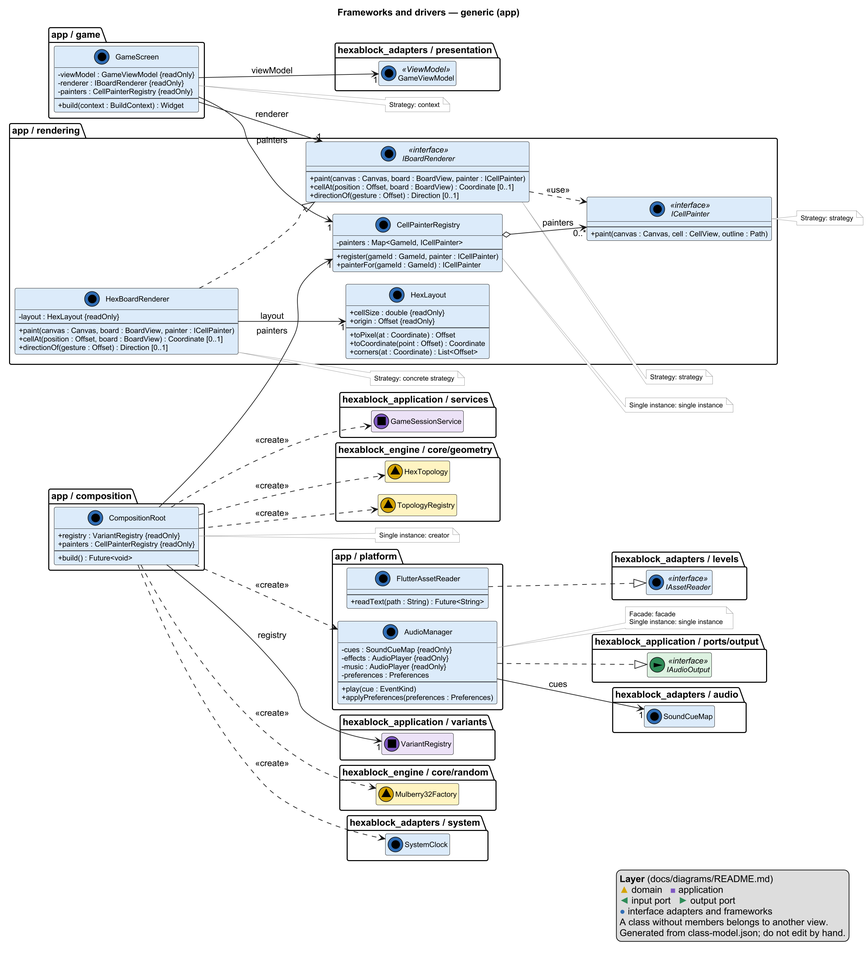
Earlier version of the PlantUML export docs/diagrams/class-diagram-frameworks.png (hexablock-ucab/hexablock-app).
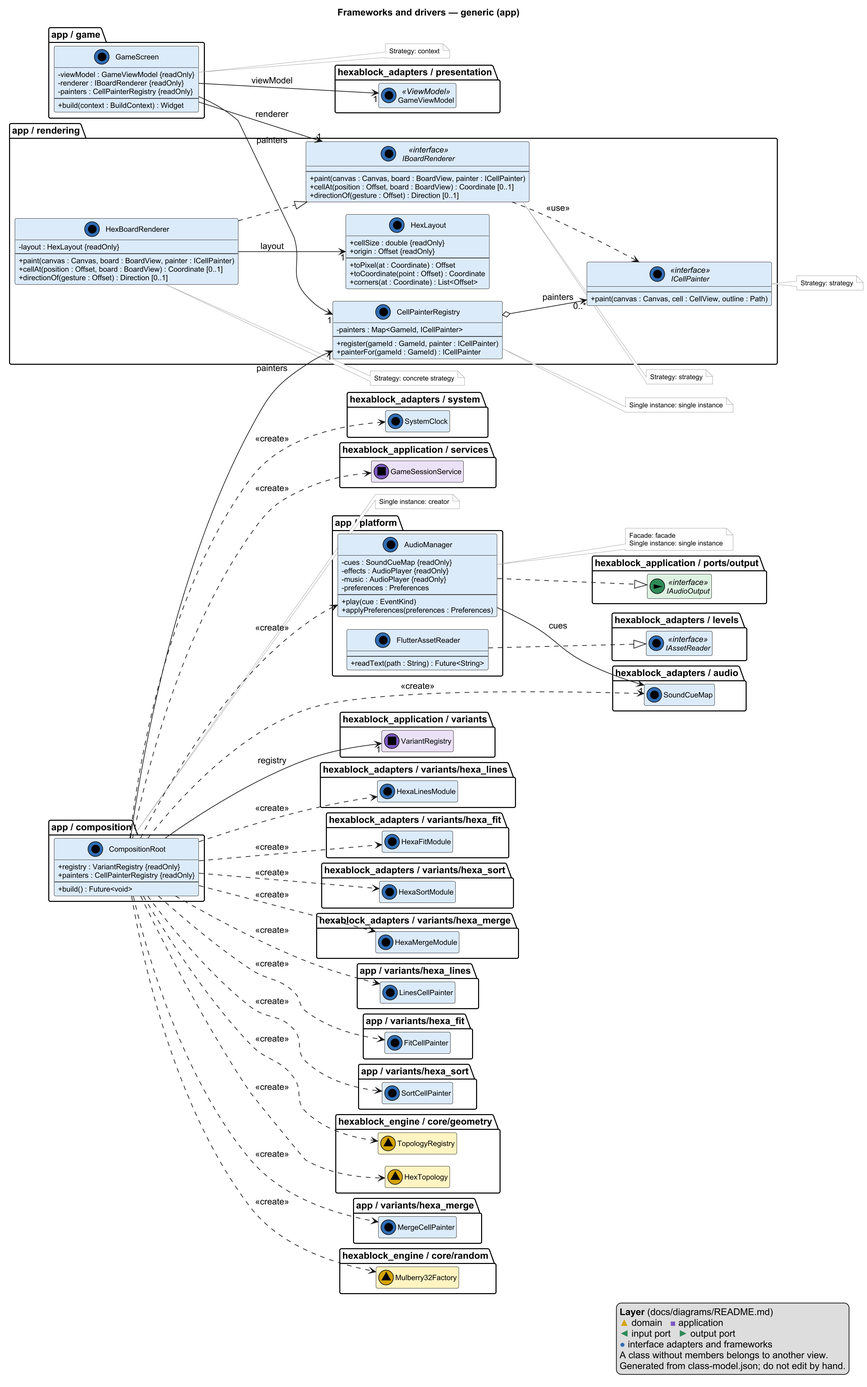
Above is the later version.

What changed in the source:
```diff
@@ -101,6 +101,30 @@
   class HexTopology << (▲,#D4A300) >> #FFF4C2
   class TopologyRegistry << (▲,#D4A300) >> #FFF4C2
 }
+package "hexablock_adapters / variants/hexa_lines" {
+  class HexaLinesModule << (●,#2F6DB5) >> #DCEBFA
+}
+package "hexablock_adapters / variants/hexa_fit" {
+  class HexaFitModule << (●,#2F6DB5) >> #DCEBFA
+}
+package "hexablock_adapters / variants/hexa_sort" {
+  class HexaSortModule << (●,#2F6DB5) >> #DCEBFA
+}
+package "hexablock_adapters / variants/hexa_merge" {
+  class HexaMergeModule << (●,#2F6DB5) >> #DCEBFA
+}
+package "app / variants/hexa_lines" {
+  class LinesCellPainter << (●,#2F6DB5) >> #DCEBFA
+}
+package "app / variants/hexa_fit" {
+  class FitCellPainter << (●,#2F6DB5) >> #DCEBFA
+}
+package "app / variants/hexa_sort" {
+  class SortCellPainter << (●,#2F6DB5) >> #DCEBFA
+}
+package "app / variants/hexa_merge" {
+  class MergeCellPainter << (●,#2F6DB5) >> #DCEBFA
+}
 package "hexablock_engine / core/random" {
   class Mulberry32Factory << (▲,#D4A300) >> #FFF4C2
 }
@@ -118,6 +142,14 @@
 hide VariantRegistry members
 hide HexTopology members
 hide TopologyRegistry members
+hide HexaLinesModule members
+hide HexaFitModule members
+hide HexaSortModule members
+hide HexaMergeModule members
+hide LinesCellPainter members
+hide FitCellPainter members
+hide SortCellPainter members
+hide MergeCellPainter members
 hide Mulberry32Factory members
 hide SystemClock members
 hide GameSessionService members
@@ -135,6 +167,15 @@
 CompositionRoot --> "1" CellPainterRegistry : painters
 CompositionRoot ..> HexTopology : <<create>>
 CompositionRoot ..> TopologyRegistry : <<create>>
+CompositionRoot ..> SoundCueMap : <<create>>
+CompositionRoot ..> HexaLinesModule : <<create>>
+CompositionRoot ..> HexaFitModule : <<create>>
+CompositionRoot ..> HexaSortModule : <<create>>
+CompositionRoot ..> HexaMergeModule : <<create>>
+CompositionRoot ..> LinesCellPainter : <<create>>
+CompositionRoot ..> FitCellPainter : <<create>>
+CompositionRoot ..> SortCellPainter : <<create>>
+CompositionRoot ..> MergeCellPainter : <<create>>
 CompositionRoot ..> Mulberry32Factory : <<create>>
 CompositionRoot ..> SystemClock : <<create>>
 CompositionRoot ..> AudioManager : <<create>>
```
